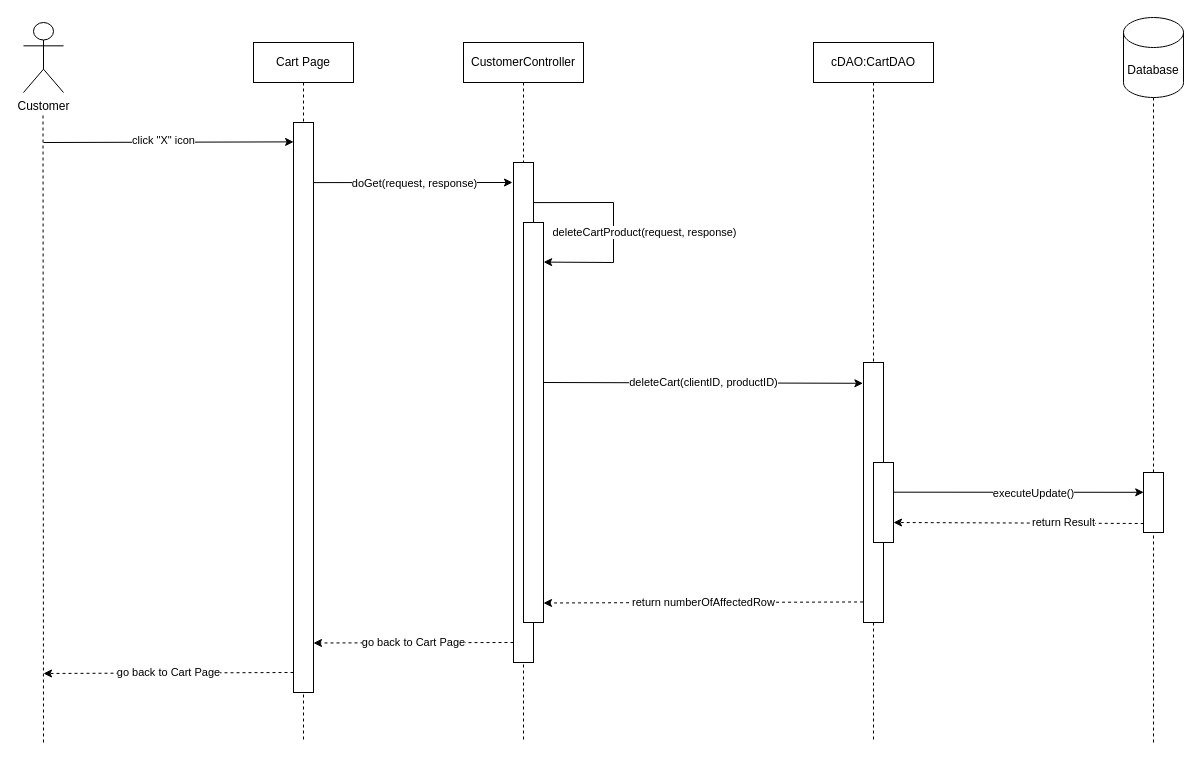
Above: document/SDS/5. Delete product in cart/Sequence_Diagram/DeleteProductInCardSequenceDiagram.drawio in QuocZuong/perfume-store (draw.io), before the change. Source tidied: cells renumbered, new cells numbered last; positions are measured from the earlier drawing's top-left corner, leaving out a move shared by most shapes. Both pictures are drawn from the tidied source at 100%, with x=0, y=0 at pixel (23, 17).
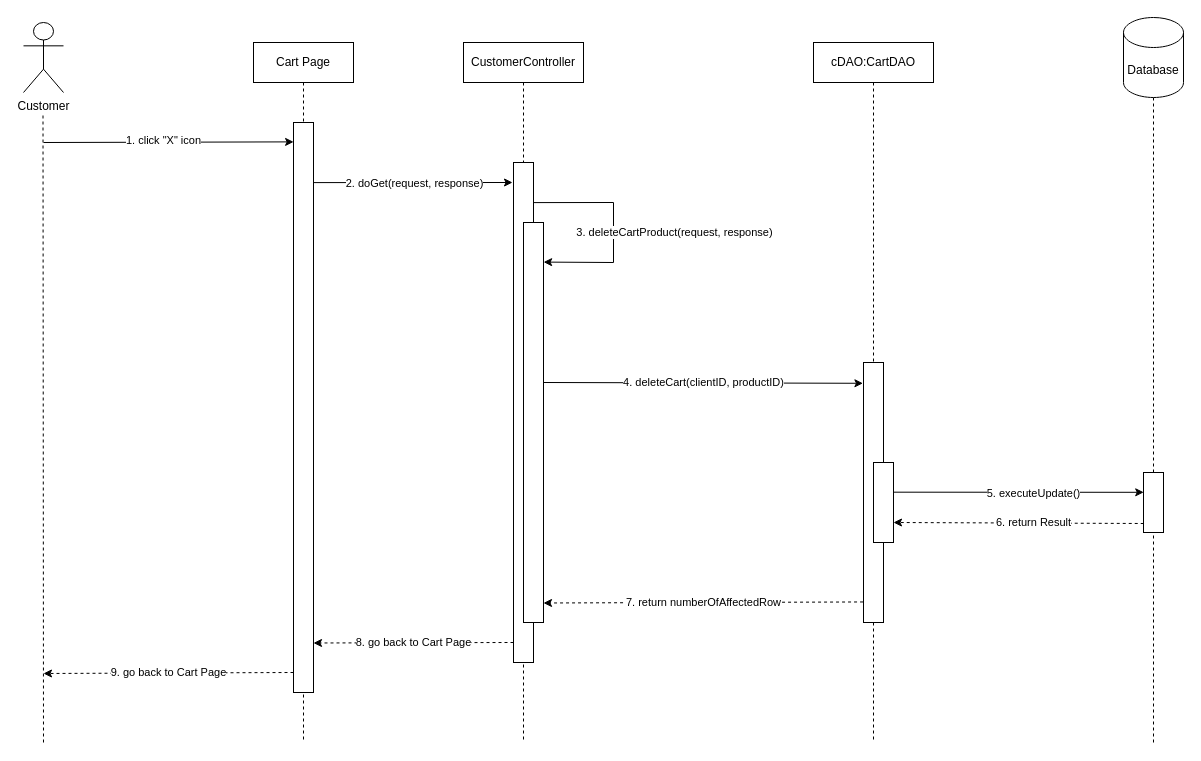
The same diagram, later.

Commit message (it also covers changes not shown here):
fix sequence diagram

The change refers to these unchanged cells:
```xml
<mxCell id="8" style="endArrow=classic;html=1;rounded=0;entryX=-0.05;entryY=0.024;entryDx=0;entryDy=0;entryPerimeter=0;" parent="1" edge="1">
  <mxGeometry relative="1" as="geometry">
    <mxPoint x="290" y="165.1" as="sourcePoint" />
    <mxPoint x="489" y="165" as="targetPoint" />
  </mxGeometry>
</mxCell>
<mxCell id="10" style="endArrow=classic;html=1;rounded=0;entryX=0.005;entryY=0.034;entryDx=0;entryDy=0;entryPerimeter=0;" parent="1" edge="1" target="15">
  <mxGeometry relative="1" as="geometry">
    <mxPoint x="20" y="125" as="sourcePoint" />
  </mxGeometry>
</mxCell>
<mxCell id="13" style="rounded=0;whiteSpace=wrap;html=1;" parent="1" vertex="1">
  <mxGeometry x="840" y="345" width="20" height="260" as="geometry" />
</mxCell>
<mxCell id="17" style="endArrow=classic;html=1;rounded=0;entryX=1.006;entryY=0.099;entryDx=0;entryDy=0;entryPerimeter=0;" parent="1" edge="1" target="16">
  <mxGeometry relative="1" as="geometry">
    <mxPoint x="510" y="185.1" as="sourcePoint" />
    <Array as="points">
      <mxPoint x="590" y="185" />
      <mxPoint x="590" y="245" />
    </Array>
  </mxGeometry>
</mxCell>
<mxCell id="20" style="rounded=0;whiteSpace=wrap;html=1;" parent="1" vertex="1">
  <mxGeometry x="850" y="445" width="20" height="80" as="geometry" />
</mxCell>
<mxCell id="27" style="rounded=0;whiteSpace=wrap;html=1;" parent="1" vertex="1">
  <mxGeometry x="1120" y="455" width="20" height="60" as="geometry" />
</mxCell>
```

Diff of the diagram source:
```diff
@@
-    <mxCell id="9" value="doGet(request, response)" style="edgeLabel;html=1;align=center;verticalAlign=middle;" parent="8" vertex="1">
+    <mxCell id="9" value="2. doGet(request, response)" style="edgeLabel;html=1;align=center;verticalAlign=middle;" parent="8" vertex="1">
       <mxGeometry x="0.09" relative="1" as="geometry">
         <mxPoint x="-7" as="offset" />
       </mxGeometry>
     </mxCell>
@@
-    <mxCell id="11" value="click &quot;X&quot; icon" style="edgeLabel;html=1;align=center;verticalAlign=middle;" parent="10" vertex="1">
+    <mxCell id="11" value="1. click &quot;X&quot; icon" style="edgeLabel;html=1;align=center;verticalAlign=middle;" parent="10" vertex="1">
       <mxGeometry x="-0.16" y="2" relative="1" as="geometry">
         <mxPoint x="15" as="offset" />
       </mxGeometry>
     </mxCell>
@@
-    <mxCell id="18" value="deleteCartProduct(request, response)" style="edgeLabel;html=1;align=center;verticalAlign=middle;" parent="17" vertex="1">
+    <mxCell id="18" value="3. deleteCartProduct(request, response)" style="edgeLabel;html=1;align=center;verticalAlign=middle;" parent="17" vertex="1">
       <mxGeometry x="0.09" relative="1" as="geometry">
-        <mxPoint x="30" y="-4" as="offset" />
+        <mxPoint x="60" y="-4" as="offset" />
       </mxGeometry>
     </mxCell>
-    <mxCell id="19" value="deleteCart(clientID, productID)" style="endArrow=classic;html=1;rounded=0;exitX=1.033;exitY=0.265;exitDx=0;exitDy=0;exitPerimeter=0;entryX=-0.029;entryY=0.08;entryDx=0;entryDy=0;entryPerimeter=0;" parent="1" edge="1" target="13">
+    <mxCell id="19" value="4. deleteCart(clientID, productID)" style="endArrow=classic;html=1;rounded=0;exitX=1.033;exitY=0.265;exitDx=0;exitDy=0;exitPerimeter=0;entryX=-0.029;entryY=0.08;entryDx=0;entryDy=0;entryPerimeter=0;" parent="1" edge="1" target="13">
       <mxGeometry relative="1" as="geometry">
         <mxPoint x="520" y="365" as="sourcePoint" />
       </mxGeometry>
     </mxCell>
@@
-    <mxCell id="21" value="return numberOfAffectedRow" style="endArrow=classic;html=1;rounded=0;dashed=1;exitX=-0.022;exitY=0.921;exitDx=0;exitDy=0;exitPerimeter=0;" parent="1" edge="1" source="13">
+    <mxCell id="21" value="7. return numberOfAffectedRow" style="endArrow=classic;html=1;rounded=0;dashed=1;exitX=-0.022;exitY=0.921;exitDx=0;exitDy=0;exitPerimeter=0;" parent="1" edge="1" source="13">
       <mxGeometry relative="1" as="geometry">
         <mxPoint x="520" y="585.5" as="targetPoint" />
       </mxGeometry>
     </mxCell>
-    <mxCell id="22" value="go back to Cart Page" style="endArrow=classic;html=1;rounded=0;dashed=1;exitX=0.005;exitY=0.82;exitDx=0;exitDy=0;exitPerimeter=0;" parent="1" edge="1">
+    <mxCell id="22" value="8. go back to Cart Page" style="endArrow=classic;html=1;rounded=0;dashed=1;exitX=0.005;exitY=0.82;exitDx=0;exitDy=0;exitPerimeter=0;" parent="1" edge="1">
       <mxGeometry relative="1" as="geometry">
         <mxPoint x="490" y="625" as="sourcePoint" />
         <mxPoint x="290" y="625.5" as="targetPoint" />
       </mxGeometry>
     </mxCell>
-    <mxCell id="23" value="executeUpdate()" style="endArrow=classic;html=1;rounded=0;exitX=0.984;exitY=0.371;exitDx=0;exitDy=0;exitPerimeter=0;entryX=0.011;entryY=0.33;entryDx=0;entryDy=0;entryPerimeter=0;" parent="1" edge="1" source="20" target="27">
+    <mxCell id="23" value="5. executeUpdate()" style="endArrow=classic;html=1;rounded=0;exitX=0.984;exitY=0.371;exitDx=0;exitDy=0;exitPerimeter=0;entryX=0.011;entryY=0.33;entryDx=0;entryDy=0;entryPerimeter=0;" parent="1" edge="1" source="20" target="27">
       <mxGeometry x="0.12" y="-1" relative="1" as="geometry" />
     </mxCell>
-    <mxCell id="24" value="return Result" style="endArrow=classic;html=1;rounded=0;dashed=1;exitX=0.012;exitY=0.85;exitDx=0;exitDy=0;exitPerimeter=0;entryX=1;entryY=0.75;entryDx=0;entryDy=0;" parent="1" edge="1" source="27" target="20">
-      <mxGeometry x="-0.36" y="-1" relative="1" as="geometry" />
+    <mxCell id="24" value="6. return Result" style="endArrow=classic;html=1;rounded=0;dashed=1;exitX=0.012;exitY=0.85;exitDx=0;exitDy=0;exitPerimeter=0;entryX=1;entryY=0.75;entryDx=0;entryDy=0;" parent="1" edge="1" source="27" target="20">
+      <mxGeometry x="-0.12" y="-1" relative="1" as="geometry" />
     </mxCell>
-    <mxCell id="25" value="go back to Cart Page" style="endArrow=classic;html=1;rounded=0;dashed=1;exitX=0.005;exitY=0.82;exitDx=0;exitDy=0;exitPerimeter=0;" parent="1" edge="1">
+    <mxCell id="25" value="9. go back to Cart Page" style="endArrow=classic;html=1;rounded=0;dashed=1;exitX=0.005;exitY=0.82;exitDx=0;exitDy=0;exitPerimeter=0;" parent="1" edge="1">
       <mxGeometry relative="1" as="geometry">
         <mxPoint x="270" y="655" as="sourcePoint" />
         <mxPoint x="20" y="656" as="targetPoint" />
       </mxGeometry>
     </mxCell>
```
